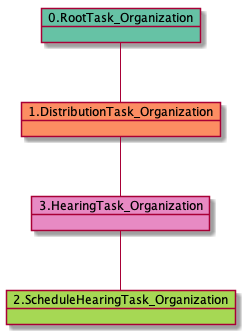
This is docs-H/uml/RTO.DTO.SHTO-41136.png from yoomlam/graphing, a PlantUML export, as it was before one commit.
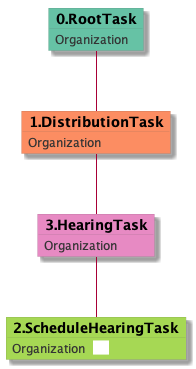
Later version of the same file.

Change to the diagram source:
```diff
@@ -1,9 +1,25 @@
 @startuml
-object 0.RootTask_Organization #66c2a5
-object 1.DistributionTask_Organization #fc8d62
-object 2.ScheduleHearingTask_Organization #a6d854
-object 3.HearingTask_Organization #e78ac3
-0.RootTask_Organization -- 1.DistributionTask_Organization
-3.HearingTask_Organization -- 2.ScheduleHearingTask_Organization
-1.DistributionTask_Organization -- 3.HearingTask_Organization
+skinparam {
+  ObjectBorderColor #555
+  ObjectBorderThickness 0
+  ObjectFontStyle bold
+  ObjectFontSize 14
+  ObjectAttributeFontColor #333
+  ObjectAttributeFontSize 12
+}
+  object 0.RootTask #66c2a5 {
+Organization
+}
+  object 1.DistributionTask #fc8d62 {
+Organization
+}
+  object 2.ScheduleHearingTask #a6d854 {
+Organization  <back:white>    </back>
+}
+  object 3.HearingTask #e78ac3 {
+Organization
+}
+0.RootTask -- 1.DistributionTask
+3.HearingTask -- 2.ScheduleHearingTask
+1.DistributionTask -- 3.HearingTask
 @enduml
```
